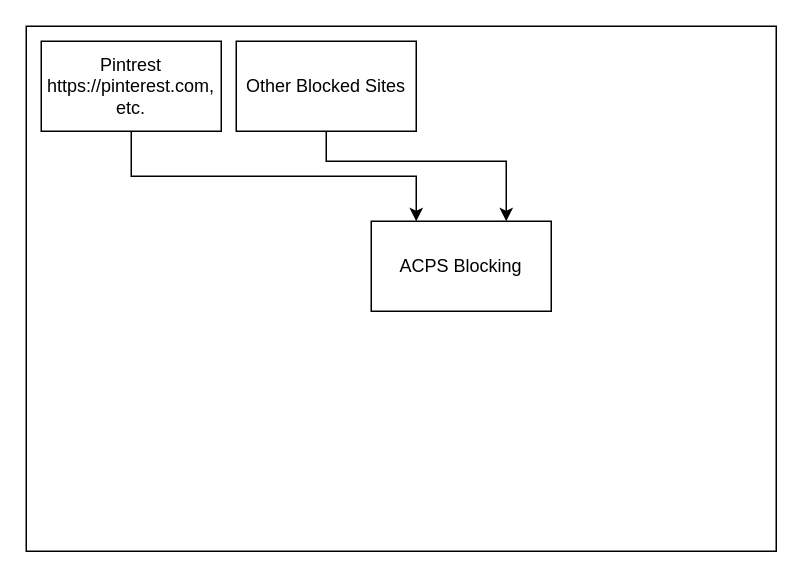
Above: pinterest.drawio in DevEatSleepRepeat/draw.io (draw.io), before the change. Source tidied: cells renumbered, new cells numbered last; positions are measured from the earlier drawing's top-left corner, leaving out a move shared by most shapes. Both pictures are drawn from the tidied source at 150%, with x=0, y=0 at pixel (26, 26).
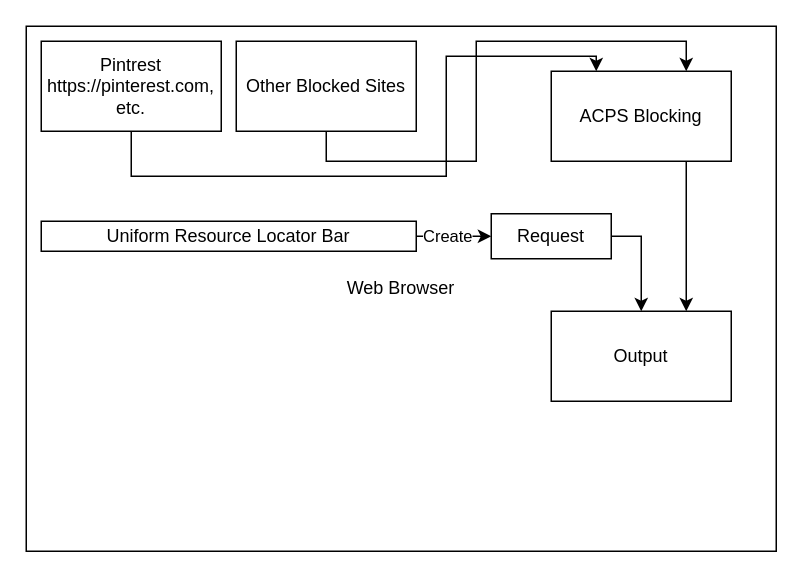
The same page after the edit.

The change refers to these unchanged cells:
```xml
<mxCell id="4" value="Pintrest&lt;div&gt;https://pinterest.com,&lt;/div&gt;&lt;div&gt;etc.&lt;/div&gt;" style="rounded=0;whiteSpace=wrap;html=1;" parent="1" vertex="1">
  <mxGeometry x="10" y="10" width="120" height="60" as="geometry" />
</mxCell>
<mxCell id="7" value="Other Blocked Sites" style="rounded=0;whiteSpace=wrap;html=1;" parent="1" vertex="1">
  <mxGeometry x="140" y="10" width="120" height="60" as="geometry" />
</mxCell>
```

The edit, as a diff of the source:
```diff
@@
-    <mxCell id="2" style="rounded=0;whiteSpace=wrap;html=1;" parent="1" vertex="1">
+    <mxCell id="2" value="Web Browser" style="rounded=0;whiteSpace=wrap;html=1;" parent="1" vertex="1">
       <mxGeometry width="500" height="350" as="geometry" />
     </mxCell>
     <mxCell id="3" style="edgeStyle=orthogonalEdgeStyle;rounded=0;jettySize=auto;html=1;exitX=0.5;exitY=1;exitDx=0;exitDy=0;entryX=0.25;entryY=0;entryDx=0;entryDy=0;" parent="1" edge="1" source="4" target="5">
       <mxGeometry relative="1" as="geometry">
         <Array as="points">
           <mxPoint x="70" y="100" />
-          <mxPoint x="260" y="100" />
+          <mxPoint x="280" y="100" />
+          <mxPoint x="280" y="20" />
+          <mxPoint x="380" y="20" />
         </Array>
       </mxGeometry>
     </mxCell>
@@
+    <mxCell id="8" style="edgeStyle=orthogonalEdgeStyle;rounded=0;jettySize=auto;html=1;exitX=0.5;exitY=1;exitDx=0;exitDy=0;entryX=0.75;entryY=0;entryDx=0;entryDy=0;" parent="1" edge="1" source="5" target="14">
+      <mxGeometry relative="1" as="geometry">
+        <Array as="points">
+          <mxPoint x="440" y="90" />
+        </Array>
+      </mxGeometry>
+    </mxCell>
     <mxCell id="5" value="ACPS Blocking" style="rounded=0;whiteSpace=wrap;html=1;" parent="1" vertex="1">
-      <mxGeometry x="230" y="130" width="120" height="60" as="geometry" />
+      <mxGeometry x="350" y="30" width="120" height="60" as="geometry" />
     </mxCell>
     <mxCell id="6" style="edgeStyle=orthogonalEdgeStyle;rounded=0;jettySize=auto;html=1;exitX=0.5;exitY=1;exitDx=0;exitDy=0;entryX=0.75;entryY=0;entryDx=0;entryDy=0;" parent="1" edge="1" source="7" target="5">
       <mxGeometry relative="1" as="geometry">
         <Array as="points">
           <mxPoint x="200" y="90" />
-          <mxPoint x="320" y="90" />
+          <mxPoint x="300" y="90" />
+          <mxPoint x="300" y="10" />
+          <mxPoint x="440" y="10" />
         </Array>
       </mxGeometry>
     </mxCell>
@@
+    <mxCell id="9" style="edgeStyle=orthogonalEdgeStyle;rounded=0;jettySize=auto;html=1;exitX=1;exitY=0.5;exitDx=0;exitDy=0;entryX=0;entryY=0.5;entryDx=0;entryDy=0;" parent="1" edge="1" source="11" target="13">
+      <mxGeometry relative="1" as="geometry" />
+    </mxCell>
+    <mxCell id="10" value="Create" style="edgeLabel;html=1;align=center;verticalAlign=middle;" parent="9" vertex="1">
+      <mxGeometry x="-0.12" y="-2" relative="1" as="geometry">
+        <mxPoint x="-2" y="-3" as="offset" />
+      </mxGeometry>
+    </mxCell>
+    <mxCell id="11" value="Uniform Resource Locator Bar" style="rounded=0;whiteSpace=wrap;html=1;" parent="1" vertex="1">
+      <mxGeometry x="10" y="130" width="250" height="20" as="geometry" />
+    </mxCell>
+    <mxCell id="12" style="edgeStyle=orthogonalEdgeStyle;rounded=0;jettySize=auto;html=1;exitX=1;exitY=0.5;exitDx=0;exitDy=0;entryX=0.5;entryY=0;entryDx=0;entryDy=0;" parent="1" edge="1" source="13" target="14">
+      <mxGeometry relative="1" as="geometry" />
+    </mxCell>
+    <mxCell id="13" value="Request" style="rounded=0;whiteSpace=wrap;html=1;" parent="1" vertex="1">
+      <mxGeometry x="310" y="125" width="80" height="30" as="geometry" />
+    </mxCell>
+    <mxCell id="14" value="Output" style="rounded=0;whiteSpace=wrap;html=1;" parent="1" vertex="1">
+      <mxGeometry x="350" y="190" width="120" height="60" as="geometry" />
+    </mxCell>
```
